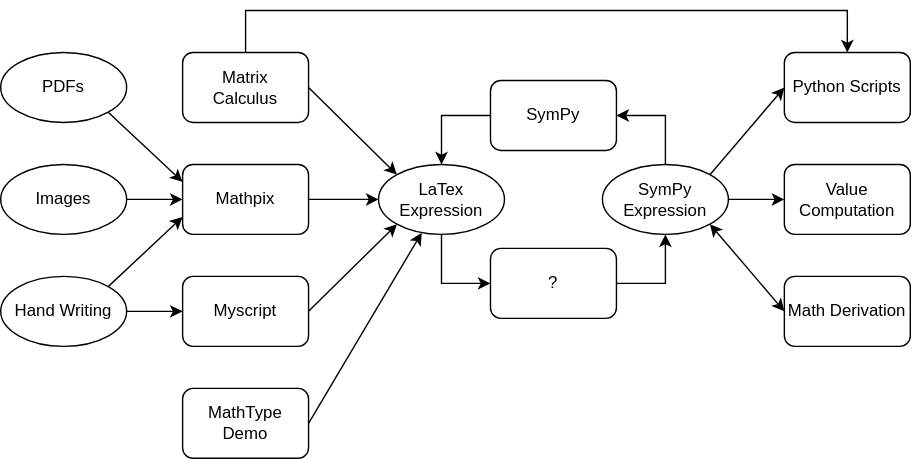
Magic-wei/make_work_easier keeps this draw.io diagram as images/math tools.svg. Above is the earlier version. Source tidied: cells renumbered, new cells last; positions are measured from the earlier drawing's top-left corner, leaving out a move shared by most shapes.
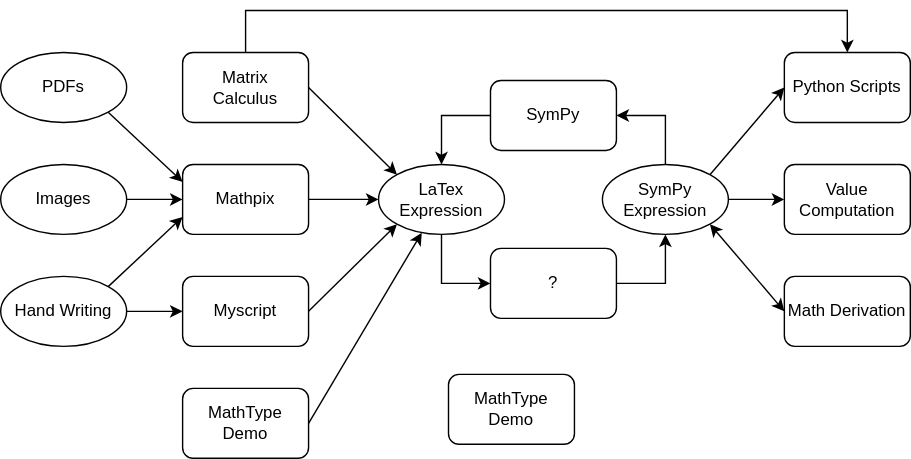
After the commit.

What changed in the source:
```diff
@@ -97,5 +97,8 @@
     <mxCell id="31" value="Math Derivation" style="rounded=1;whiteSpace=wrap;html=1;" parent="1" vertex="1">
       <mxGeometry x="560" y="190" width="90" height="50" as="geometry" />
     </mxCell>
+    <mxCell id="32" value="MathType&lt;br&gt;Demo" style="rounded=1;whiteSpace=wrap;html=1;" parent="1" vertex="1">
+      <mxGeometry x="320" y="260" width="90" height="50" as="geometry" />
+    </mxCell>
   </root>
 </mxGraphModel>
```
